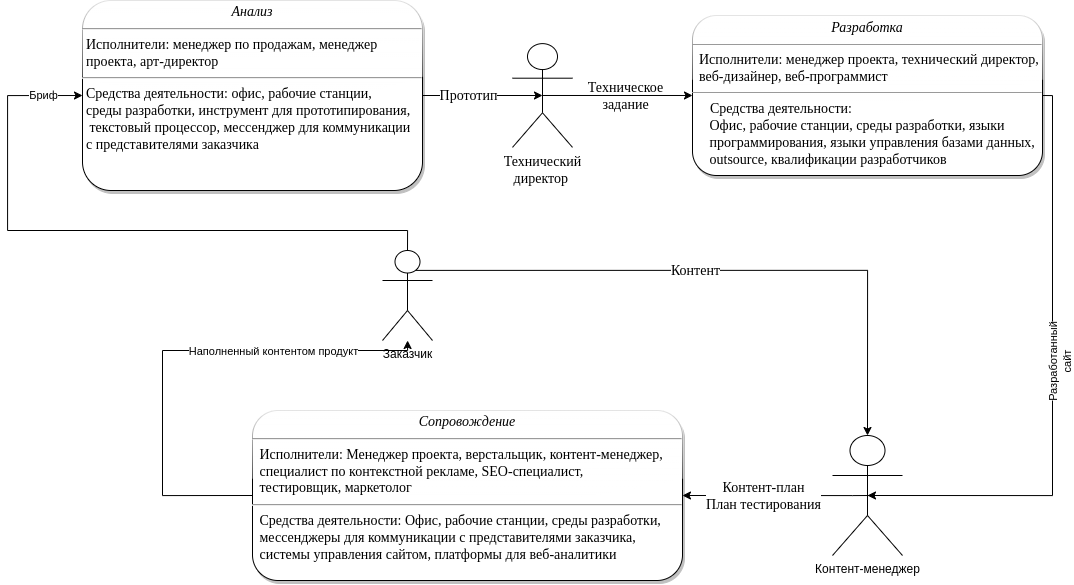
Before: 3 курс/5 семестр/ТСиСА/Курсовая/модели2ч-Модель Структуры (уровень 2).drawio.png, a diagram exported from draw.io (Luzinsan/tusur). Source tidied: cells renumbered, new cells last; positions are measured from the earlier drawing's top-left corner, leaving out a move shared by most shapes.
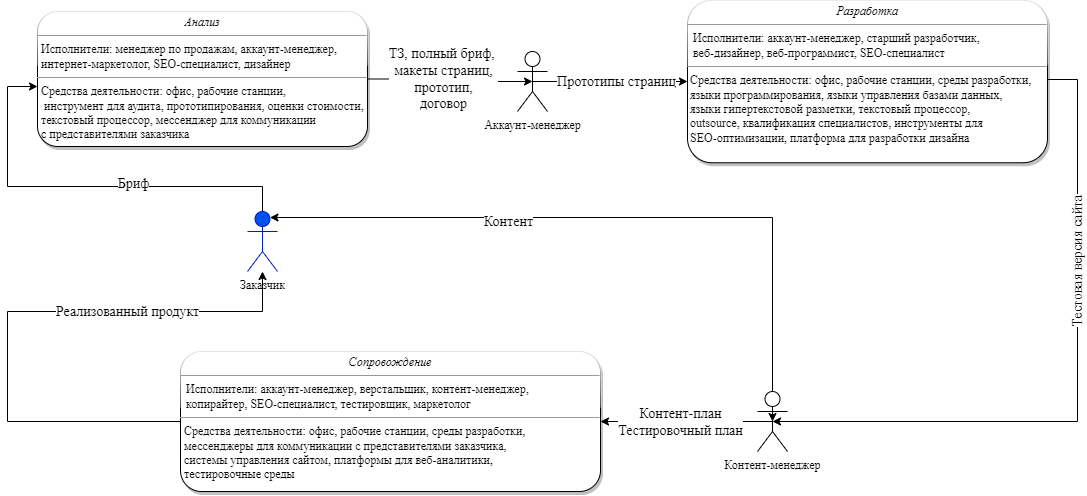
Above is the later version.

Commit message:
ТСиСА (Курсач) - 2 часть - модели структуры "Анализ", "Разработка", "Сопровождение"

Change to the diagram source:
```diff
@@ -2,107 +2,101 @@
   <root>
     <mxCell id="0" />
     <mxCell id="1" parent="0" />
-    <mxCell id="2" style="edgeStyle=orthogonalEdgeStyle;rounded=0;jettySize=auto;html=1;exitX=1;exitY=0.5;exitDx=0;exitDy=0;fontFamily=Times New Roman;fontSize=14;entryX=0.5;entryY=0.5;entryDx=0;entryDy=0;entryPerimeter=0;" parent="1" edge="1" source="4" target="19">
-      <mxGeometry relative="1" as="geometry" />
-    </mxCell>
-    <mxCell id="3" value="Техническое&lt;br&gt;задание" style="edgeLabel;html=1;align=center;verticalAlign=middle;fontSize=14;fontFamily=Times New Roman;" parent="2" vertex="1">
-      <mxGeometry x="-0.31" relative="1" as="geometry">
-        <mxPoint x="161" as="offset" />
-      </mxGeometry>
-    </mxCell>
-    <mxCell id="4" value="&lt;p style=&quot;margin: 4px 0px 0px; text-align: center; font-size: 14px;&quot;&gt;&lt;i style=&quot;font-size: 14px;&quot;&gt;Анализ&lt;/i&gt;&lt;/p&gt;&lt;hr style=&quot;font-size: 14px;&quot;&gt;&lt;p style=&quot;margin: 0px 0px 0px 4px; font-size: 14px;&quot;&gt;Исполнители: менеджер по продажам, менеджер &lt;br style=&quot;font-size: 14px;&quot;&gt;проекта, арт-директор&lt;br style=&quot;font-size: 14px;&quot;&gt;&lt;/p&gt;&lt;hr style=&quot;font-size: 14px;&quot;&gt;&lt;p style=&quot;margin: 0px 0px 0px 4px; font-size: 14px;&quot;&gt;Средства деятельности: офис, рабочие станции, &lt;br style=&quot;font-size: 14px;&quot;&gt;среды разработки, инструмент для прототипирования,&lt;br style=&quot;font-size: 14px;&quot;&gt;&amp;nbsp;текстовый процессор, мессенджер для коммуникации &lt;br style=&quot;font-size: 14px;&quot;&gt;с представителями заказчика&lt;/p&gt;" style="verticalAlign=top;align=left;overflow=fill;fontSize=14;fontFamily=Times New Roman;html=1;glass=1;shadow=1;rounded=1;" parent="1" vertex="1">
-      <mxGeometry x="75" width="340" height="190" as="geometry" />
-    </mxCell>
-    <mxCell id="5" style="edgeStyle=orthogonalEdgeStyle;rounded=0;jettySize=auto;html=1;exitX=0;exitY=0.5;exitDx=0;exitDy=0;" parent="1" edge="1" source="7" target="12">
-      <mxGeometry relative="1" as="geometry">
-        <Array as="points">
-          <mxPoint x="155" y="495" />
-          <mxPoint x="155" y="350" />
-          <mxPoint x="400" y="350" />
-        </Array>
-      </mxGeometry>
-    </mxCell>
-    <mxCell id="6" value="Наполненный контентом продукт" style="edgeLabel;html=1;align=center;verticalAlign=middle;" parent="5" vertex="1">
-      <mxGeometry x="-0.58" y="2" relative="1" as="geometry">
-        <mxPoint x="112" y="-132" as="offset" />
-      </mxGeometry>
-    </mxCell>
-    <mxCell id="7" value="&lt;p style=&quot;margin: 4px 0px 0px; text-align: center; font-size: 14px;&quot;&gt;&lt;i style=&quot;font-size: 14px;&quot;&gt;Сопровождение&lt;/i&gt;&lt;/p&gt;&lt;hr style=&quot;font-size: 14px;&quot;&gt;&lt;p style=&quot;margin: 0px 0px 0px 4px; font-size: 14px;&quot;&gt;&amp;nbsp;Исполнители:&amp;nbsp;Менеджер проекта, верстальщик, контент-менеджер, &lt;br style=&quot;font-size: 14px;&quot;&gt;&amp;nbsp;специалист по контекстной рекламе, SEO-специалист, &lt;br style=&quot;font-size: 14px;&quot;&gt;&amp;nbsp;тестировщик, маркетолог&lt;br style=&quot;font-size: 14px;&quot;&gt;&lt;/p&gt;&lt;hr style=&quot;font-size: 14px;&quot;&gt;&lt;p style=&quot;margin: 0px 0px 0px 4px; font-size: 14px;&quot;&gt;&amp;nbsp;Средства деятельности:&amp;nbsp;Офис, рабочие станции, среды разработки, &lt;br style=&quot;font-size: 14px;&quot;&gt;&amp;nbsp;мессенджеры для коммуникации с представителями заказчика, &lt;br style=&quot;font-size: 14px;&quot;&gt;&amp;nbsp;системы управления сайтом, платформы для веб-аналитики&lt;/p&gt;" style="verticalAlign=top;align=left;overflow=fill;fontSize=14;fontFamily=Times New Roman;html=1;glass=1;shadow=1;rounded=1;" parent="1" vertex="1">
-      <mxGeometry x="245" y="410" width="430" height="170" as="geometry" />
-    </mxCell>
-    <mxCell id="8" style="edgeStyle=orthogonalEdgeStyle;rounded=0;jettySize=auto;html=1;entryX=0;entryY=0.5;entryDx=0;entryDy=0;exitX=0.5;exitY=0;exitDx=0;exitDy=0;exitPerimeter=0;" parent="1" edge="1" source="12" target="4">
-      <mxGeometry relative="1" as="geometry">
-        <Array as="points">
-          <mxPoint x="400" y="230" />
-          <mxPoint y="230" />
-          <mxPoint y="95" />
-        </Array>
-      </mxGeometry>
-    </mxCell>
+    <mxCell id="22" style="edgeStyle=orthogonalEdgeStyle;rounded=0;jettySize=auto;html=1;entryX=0.5;entryY=0.5;entryDx=0;entryDy=0;entryPerimeter=0;fontFamily=Times New Roman;fontSize=14;" parent="1" edge="1" source="24" target="34">
+      <mxGeometry relative="1" as="geometry" />
+    </mxCell>
+    <mxCell id="23" value="ТЗ, полный бриф, &lt;br&gt;макеты страниц,&lt;br&gt;прототип,&lt;br&gt;договор" style="edgeLabel;html=1;align=center;verticalAlign=middle;fontSize=14;fontFamily=Times New Roman;" parent="22" vertex="1">
+      <mxGeometry x="-0.28" y="2" relative="1" as="geometry">
+        <mxPoint x="14" y="2" as="offset" />
+      </mxGeometry>
+    </mxCell>
+    <mxCell id="24" value="&lt;p style=&quot;margin:0px;margin-top:4px;text-align:center;&quot;&gt;&lt;i&gt;Анализ&lt;/i&gt;&lt;/p&gt;&lt;hr size=&quot;1&quot;&gt;&lt;p style=&quot;margin:0px;margin-left:4px;&quot;&gt;Исполнители: менеджер по продажам, аккаунт-менеджер, &lt;br&gt;интернет-маркетолог, SEO-специалист, дизайнер&lt;br&gt;&lt;/p&gt;&lt;hr size=&quot;1&quot;&gt;&lt;p style=&quot;margin:0px;margin-left:4px;&quot;&gt;Средства деятельности: офис, рабочие станции, &lt;br&gt;&amp;nbsp;инструмент для аудита, прототипирования, оценки стоимости,&lt;br&gt;текстовый процессор, мессенджер для коммуникации &lt;br&gt;с представителями заказчика&lt;/p&gt;" style="verticalAlign=top;align=left;overflow=fill;fontSize=12;fontFamily=Times New Roman;html=1;glass=1;shadow=1;rounded=1;" parent="1" vertex="1">
+      <mxGeometry x="45" y="50" width="330" height="135" as="geometry" />
+    </mxCell>
+    <mxCell id="25" style="edgeStyle=orthogonalEdgeStyle;rounded=0;jettySize=auto;html=1;fontFamily=Times New Roman;fontSize=14;" parent="1" edge="1" source="27" target="12">
+      <mxGeometry relative="1" as="geometry">
+        <Array as="points">
+          <mxPoint x="15" y="460" />
+          <mxPoint x="15" y="350" />
+          <mxPoint x="270" y="350" />
+        </Array>
+      </mxGeometry>
+    </mxCell>
+    <mxCell id="26" value="Реализованный продукт" style="edgeLabel;html=1;align=center;verticalAlign=middle;fontSize=14;fontFamily=Times New Roman;" parent="25" vertex="1">
+      <mxGeometry x="0.12" relative="1" as="geometry">
+        <mxPoint x="78" as="offset" />
+      </mxGeometry>
+    </mxCell>
+    <mxCell id="27" value="&lt;p style=&quot;margin:0px;margin-top:4px;text-align:center;&quot;&gt;&lt;i&gt;Сопровождение&lt;/i&gt;&lt;/p&gt;&lt;hr size=&quot;1&quot;&gt;&lt;p style=&quot;margin:0px;margin-left:4px;&quot;&gt;&lt;/p&gt;&amp;nbsp; Исполнители: аккаунт-менеджер, верстальщик, контент-менеджер,&lt;br&gt;&amp;nbsp; копирайтер, SEO-специалист, тестировщик, маркетолог&lt;br&gt;&lt;hr size=&quot;1&quot;&gt;&lt;p style=&quot;margin:0px;margin-left:4px;&quot;&gt;Средства деятельности: офис, рабочие станции, среды разработки, &lt;br&gt;мессенджеры для коммуникации с представителями заказчика, &lt;br&gt;системы управления сайтом, платформы для веб-аналитики, &lt;br&gt;тестировочные среды&lt;/p&gt;" style="verticalAlign=top;align=left;overflow=fill;fontSize=12;fontFamily=Times New Roman;html=1;glass=1;shadow=1;rounded=1;" parent="1" vertex="1">
+      <mxGeometry x="188" y="390" width="420" height="140" as="geometry" />
+    </mxCell>
+    <mxCell id="28" style="edgeStyle=orthogonalEdgeStyle;rounded=0;jettySize=auto;html=1;entryX=0.5;entryY=0.5;entryDx=0;entryDy=0;entryPerimeter=0;fontFamily=Times New Roman;fontSize=14;exitX=1;exitY=0.5;exitDx=0;exitDy=0;" parent="1" edge="1" source="30" target="13">
+      <mxGeometry relative="1" as="geometry">
+        <Array as="points">
+          <mxPoint x="1085" y="118" />
+          <mxPoint x="1085" y="460" />
+        </Array>
+      </mxGeometry>
+    </mxCell>
+    <mxCell id="29" value="Тестовая версия сайта" style="edgeLabel;html=1;align=center;verticalAlign=middle;fontSize=14;fontFamily=Times New Roman;horizontal=0;" parent="28" vertex="1">
+      <mxGeometry x="-0.24" y="-3" relative="1" as="geometry">
+        <mxPoint x="3" y="-45" as="offset" />
+      </mxGeometry>
+    </mxCell>
+    <mxCell id="30" value="&lt;p style=&quot;margin:0px;margin-top:4px;text-align:center;&quot;&gt;&lt;i&gt;Разработка&lt;/i&gt;&lt;/p&gt;&lt;hr size=&quot;1&quot;&gt;&lt;p style=&quot;margin:0px;margin-left:4px;&quot;&gt;&lt;/p&gt;&amp;nbsp; Исполнители: аккаунт-менеджер, старший разработчик,&lt;br&gt;&amp;nbsp; веб-дизайнер, веб-программист, SEO-специалист&lt;br&gt;&lt;hr size=&quot;1&quot;&gt;&lt;p style=&quot;margin:0px;margin-left:4px;&quot;&gt;&lt;/p&gt;&amp;nbsp;Средства деятельности: офис, рабочие станции, среды разработки, &lt;br&gt;&amp;nbsp;языки программирования, языки управления базами данных, &lt;br&gt;&amp;nbsp;языки гипертекстовой разметки, текстовый процессор,&lt;br&gt;&amp;nbsp;outsource, квалификация специалистов, инструменты для &lt;br&gt;&amp;nbsp;SEO-оптимизации, платформа для разработки дизайна" style="verticalAlign=top;align=left;overflow=fill;fontSize=12;fontFamily=Times New Roman;html=1;glass=1;shadow=1;rounded=1;" parent="1" vertex="1">
+      <mxGeometry x="695" y="38.8" width="360" height="162.5" as="geometry" />
+    </mxCell>
+    <mxCell id="31" style="edgeStyle=orthogonalEdgeStyle;rounded=0;jettySize=auto;html=1;fontFamily=Times New Roman;fontSize=14;" parent="1" edge="1" source="12">
+      <mxGeometry relative="1" as="geometry">
+        <mxPoint x="45" y="125" as="targetPoint" />
+        <Array as="points">
+          <mxPoint x="270" y="225" />
+          <mxPoint x="15" y="225" />
+          <mxPoint x="15" y="125" />
+        </Array>
+      </mxGeometry>
+    </mxCell>
-    <mxCell id="9" value="Бриф" style="edgeLabel;html=1;align=center;verticalAlign=middle;" parent="8" vertex="1">
-      <mxGeometry x="0.43" y="-2" relative="1" as="geometry">
-        <mxPoint x="33" y="-103" as="offset" />
+    <mxCell id="9" value="Бриф" style="edgeLabel;html=1;align=center;verticalAlign=middle;fontSize=14;fontFamily=Times New Roman;" parent="31" vertex="1">
+      <mxGeometry x="-0.11" y="-3" relative="1" as="geometry">
+        <mxPoint x="27" as="offset" />
       </mxGeometry>
     </mxCell>
-    <mxCell id="10" style="edgeStyle=orthogonalEdgeStyle;rounded=0;jettySize=auto;html=1;fontFamily=Times New Roman;fontSize=14;entryX=0.5;entryY=0;entryDx=0;entryDy=0;entryPerimeter=0;exitX=0.671;exitY=0.221;exitDx=0;exitDy=0;exitPerimeter=0;" parent="1" edge="1" source="12" target="13">
-      <mxGeometry relative="1" as="geometry">
-        <Array as="points">
-          <mxPoint x="860" y="270" />
-        </Array>
-      </mxGeometry>
-    </mxCell>
+    <mxCell id="12" value="Заказчик" style="shape=umlActor;verticalLabelPosition=bottom;verticalAlign=top;html=1;fontFamily=Times New Roman;fillColor=#0050ef;fontColor=#000000;strokeColor=#001DBC;" parent="1" vertex="1">
+      <mxGeometry x="255" y="250" width="30" height="60" as="geometry" />
+    </mxCell>
+    <mxCell id="32" style="edgeStyle=orthogonalEdgeStyle;rounded=0;jettySize=auto;html=1;entryX=0;entryY=0.5;entryDx=0;entryDy=0;fontFamily=Times New Roman;fontSize=14;exitX=0.5;exitY=0.5;exitDx=0;exitDy=0;exitPerimeter=0;" parent="1" edge="1" source="34" target="30">
+      <mxGeometry relative="1" as="geometry" />
+    </mxCell>
+    <mxCell id="33" value="Прототипы страниц" style="edgeLabel;html=1;align=center;verticalAlign=middle;fontSize=14;fontFamily=Times New Roman;" parent="32" vertex="1">
+      <mxGeometry x="-0.11" y="1" relative="1" as="geometry">
+        <mxPoint x="14" y="1" as="offset" />
+      </mxGeometry>
+    </mxCell>
+    <mxCell id="34" value="Аккаунт-менеджер" style="shape=umlActor;verticalLabelPosition=bottom;verticalAlign=top;html=1;fontFamily=Times New Roman;" parent="1" vertex="1">
+      <mxGeometry x="525" y="90" width="30" height="60" as="geometry" />
+    </mxCell>
+    <mxCell id="35" style="edgeStyle=orthogonalEdgeStyle;rounded=0;jettySize=auto;html=1;entryX=0.75;entryY=0.1;entryDx=0;entryDy=0;entryPerimeter=0;fontFamily=Times New Roman;fontSize=14;exitX=0.5;exitY=0.5;exitDx=0;exitDy=0;exitPerimeter=0;startArrow=classic;startFill=1;" parent="1" edge="1" source="13" target="12">
+      <mxGeometry relative="1" as="geometry">
+        <Array as="points">
+          <mxPoint x="780" y="256" />
+        </Array>
+      </mxGeometry>
+    </mxCell>
-    <mxCell id="11" value="Контент" style="edgeLabel;html=1;align=center;verticalAlign=middle;fontSize=14;fontFamily=Times New Roman;" parent="10" vertex="1">
-      <mxGeometry x="0.18" y="-2" relative="1" as="geometry">
-        <mxPoint x="-84" y="-2" as="offset" />
+    <mxCell id="11" value="Контент" style="edgeLabel;html=1;align=center;verticalAlign=middle;fontSize=14;fontFamily=Times New Roman;" parent="35" vertex="1">
+      <mxGeometry x="0.32" y="4" relative="1" as="geometry">
+        <mxPoint x="-2" as="offset" />
       </mxGeometry>
     </mxCell>
-    <mxCell id="12" value="Заказчик" style="shape=umlActor;verticalLabelPosition=bottom;verticalAlign=top;html=1;" parent="1" vertex="1">
-      <mxGeometry x="375" y="250" width="50" height="90" as="geometry" />
-    </mxCell>
+    <mxCell id="36" style="edgeStyle=orthogonalEdgeStyle;rounded=0;jettySize=auto;html=1;entryX=1;entryY=0.5;entryDx=0;entryDy=0;fontFamily=Times New Roman;fontSize=14;exitX=0.5;exitY=0.5;exitDx=0;exitDy=0;exitPerimeter=0;" parent="1" edge="1" source="13" target="27">
+      <mxGeometry relative="1" as="geometry" />
+    </mxCell>
+    <mxCell id="37" value="Контент-план&lt;br&gt;Тестировочный план" style="edgeLabel;html=1;align=center;verticalAlign=middle;fontSize=14;fontFamily=Times New Roman;" parent="36" vertex="1">
+      <mxGeometry x="0.34" y="-3" relative="1" as="geometry">
+        <mxPoint x="22" y="3" as="offset" />
+      </mxGeometry>
+    </mxCell>
-    <mxCell id="13" value="Контент-менеджер" style="shape=umlActor;verticalLabelPosition=bottom;verticalAlign=top;html=1;" parent="1" vertex="1">
-      <mxGeometry x="825" y="435" width="70" height="120" as="geometry" />
+    <mxCell id="13" value="Контент-менеджер" style="shape=umlActor;verticalLabelPosition=bottom;verticalAlign=top;html=1;fontFamily=Times New Roman;" parent="1" vertex="1">
+      <mxGeometry x="765" y="430" width="30" height="60" as="geometry" />
     </mxCell>
-    <mxCell id="14" style="edgeStyle=orthogonalEdgeStyle;rounded=0;jettySize=auto;html=1;exitX=1;exitY=0.5;exitDx=0;exitDy=0;entryX=0.5;entryY=0.5;entryDx=0;entryDy=0;entryPerimeter=0;" parent="1" edge="1" source="16" target="13">
-      <mxGeometry relative="1" as="geometry">
-        <Array as="points">
-          <mxPoint x="1045" y="95" />
-          <mxPoint x="1045" y="495" />
-        </Array>
-      </mxGeometry>
-    </mxCell>
-    <mxCell id="15" value="Разработанный&lt;br&gt;сайт" style="edgeLabel;html=1;align=center;verticalAlign=middle;horizontal=0;" parent="14" vertex="1">
-      <mxGeometry x="0.34" y="1" relative="1" as="geometry">
-        <mxPoint x="6" y="-121" as="offset" />
-      </mxGeometry>
-    </mxCell>
-    <mxCell id="16" value="&lt;p style=&quot;margin: 4px 0px 0px; text-align: center; font-size: 14px;&quot;&gt;&lt;i style=&quot;&quot;&gt;&lt;font style=&quot;font-size: 14px;&quot; face=&quot;Times New Roman&quot;&gt;Разработка&lt;/font&gt;&lt;/i&gt;&lt;/p&gt;&lt;hr style=&quot;font-size: 14px;&quot; size=&quot;1&quot;&gt;&lt;p style=&quot;margin: 0px 0px 0px 4px; font-size: 14px;&quot;&gt;&lt;/p&gt;&lt;font style=&quot;font-size: 14px;&quot; face=&quot;Times New Roman&quot;&gt;&amp;nbsp; Исполнители: менеджер проекта, технический директор,&amp;nbsp;&lt;br&gt;&amp;nbsp; веб-дизайнер, веб-программист&lt;br&gt;&lt;/font&gt;&lt;hr style=&quot;font-size: 14px;&quot; size=&quot;1&quot;&gt;&lt;p style=&quot;margin: 0px 0px 0px 4px; font-size: 14px;&quot;&gt;&lt;font style=&quot;font-size: 14px;&quot; face=&quot;Times New Roman&quot;&gt;&amp;nbsp; &amp;nbsp; Средства деятельности:&amp;nbsp;&lt;/font&gt;&lt;/p&gt;&lt;font style=&quot;font-size: 14px;&quot; face=&quot;Times New Roman&quot;&gt;&amp;nbsp; &amp;nbsp; &amp;nbsp;Офис, рабочие станции, среды разработки, языки&lt;br&gt;&amp;nbsp; &amp;nbsp; &amp;nbsp;программирования, языки управления базами данных,&lt;br&gt;&lt;/font&gt;&lt;span style=&quot;font-size: 14px; font-family: &amp;quot;Times New Roman&amp;quot;; background-color: transparent;&quot;&gt;&amp;nbsp; &amp;nbsp; &amp;nbsp;outsource, квалификации разработчиков&lt;/span&gt;&lt;font style=&quot;font-size: 14px;&quot; face=&quot;Times New Roman&quot;&gt;&lt;br&gt;&lt;/font&gt;" style="verticalAlign=top;align=left;overflow=fill;fontSize=12;fontFamily=Helvetica;html=1;glass=1;shadow=1;rounded=1;" parent="1" vertex="1">
-      <mxGeometry x="685" y="15" width="350" height="160" as="geometry" />
-    </mxCell>
-    <mxCell id="17" style="edgeStyle=orthogonalEdgeStyle;rounded=0;jettySize=auto;html=1;exitX=0.5;exitY=0.5;exitDx=0;exitDy=0;exitPerimeter=0;fontFamily=Times New Roman;fontSize=14;" parent="1" edge="1" source="19" target="16">
-      <mxGeometry relative="1" as="geometry" />
-    </mxCell>
-    <mxCell id="18" value="Прототип" style="edgeLabel;html=1;align=center;verticalAlign=middle;fontSize=14;fontFamily=Times New Roman;" parent="17" vertex="1">
-      <mxGeometry x="-0.15" y="-2" relative="1" as="geometry">
-        <mxPoint x="-139" y="-2" as="offset" />
-      </mxGeometry>
-    </mxCell>
-    <mxCell id="19" value="Технический&lt;br&gt;директор&amp;nbsp;" style="shape=umlActor;verticalLabelPosition=bottom;verticalAlign=top;html=1;fontFamily=Times New Roman;fontSize=14;" parent="1" vertex="1">
-      <mxGeometry x="505" y="43.1" width="60" height="103.8" as="geometry" />
-    </mxCell>
-    <mxCell id="20" style="edgeStyle=orthogonalEdgeStyle;rounded=0;orthogonalLoop=1;jettySize=auto;html=1;" parent="1" edge="1">
-      <mxGeometry relative="1" as="geometry">
-        <mxPoint x="865" y="495" as="sourcePoint" />
-        <mxPoint x="675" y="495" as="targetPoint" />
-        <Array as="points">
-          <mxPoint x="845" y="495" />
-          <mxPoint x="845" y="495" />
-        </Array>
-      </mxGeometry>
-    </mxCell>
-    <mxCell id="21" value="Контент-план&lt;br&gt;План тестирования" style="edgeLabel;html=1;align=center;verticalAlign=middle;fontSize=14;fontFamily=Times New Roman;" parent="20" vertex="1">
-      <mxGeometry x="0.41" y="-3" relative="1" as="geometry">
-        <mxPoint x="24" y="3" as="offset" />
-      </mxGeometry>
-    </mxCell>
   </root>
 </mxGraphModel>
```
